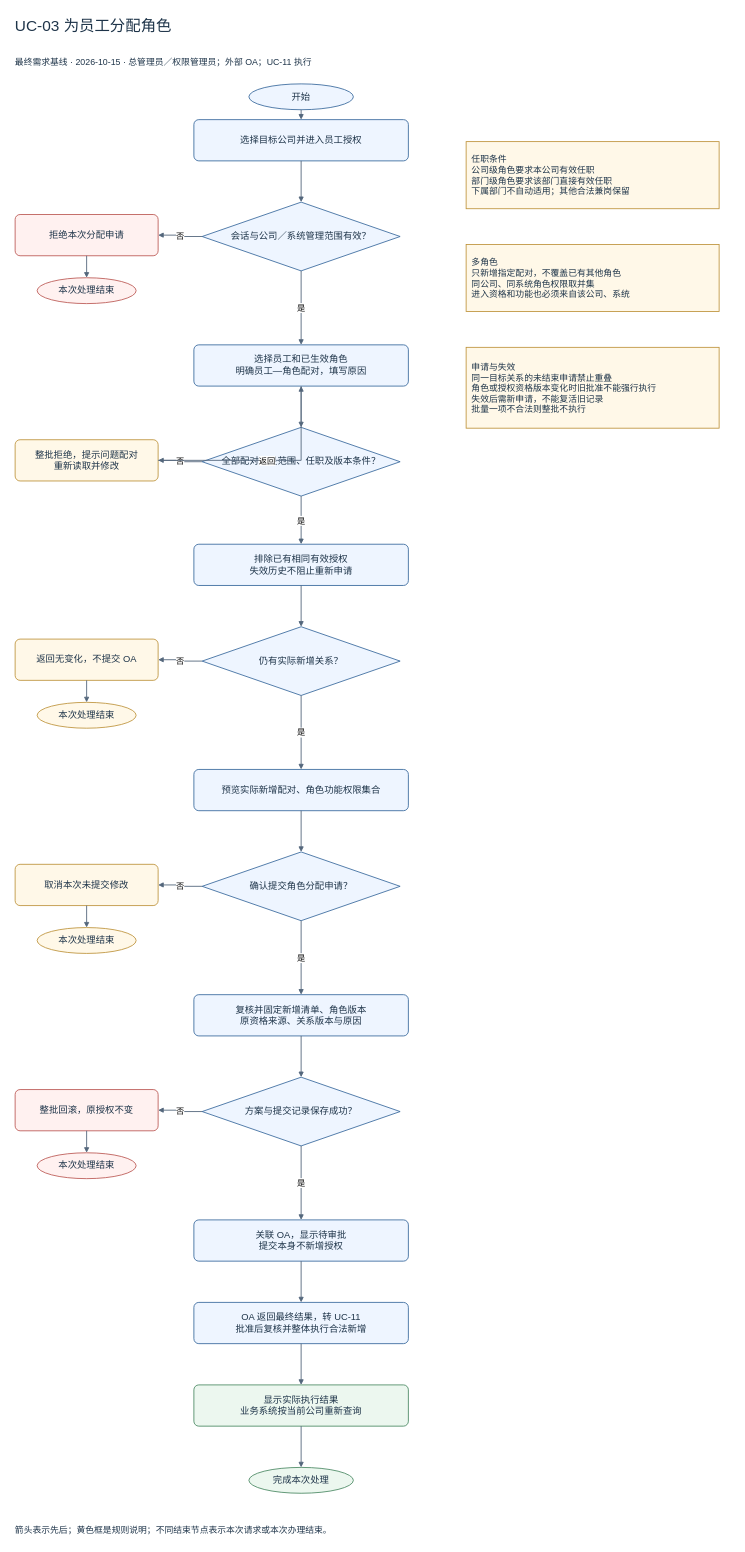
Before: page "UC-03 为员工分配角色" (3 of 17) of docs/01-requirements/flows-v1/权限管理系统_全部流程图.drawio in Noah-hope/RBAC-admin, a draw.io diagram. Source tidied: cells renumbered, new cells numbered last; positions are measured from the earlier drawing's top-left corner, leaving out a move shared by most shapes. Both pictures are drawn from the tidied source at 55%, with x=0, y=0 at pixel (9, 9).
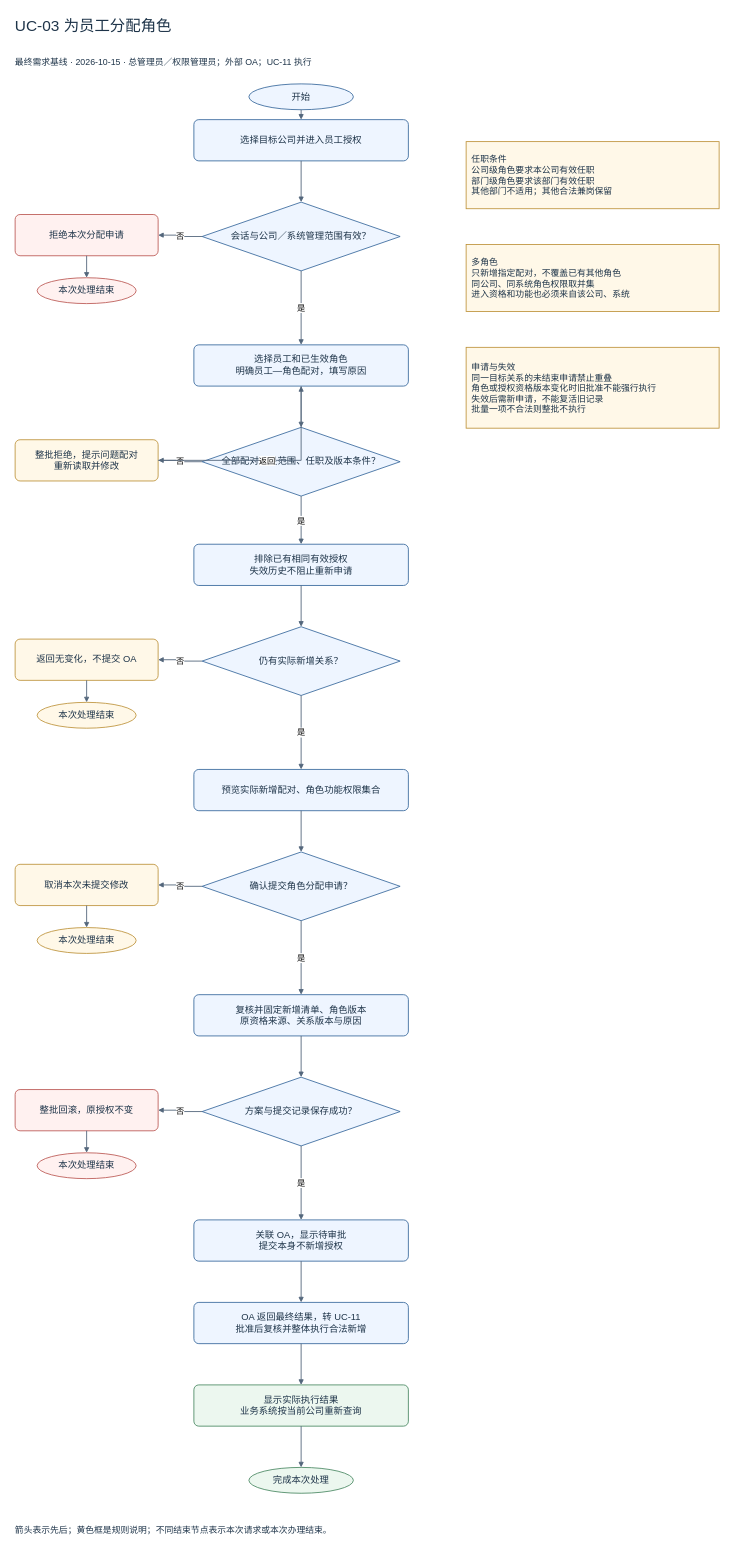
Above is the later version.

The edit, as a diff of the source:
```diff
@@
-    <mxCell id="28" value="任职条件&lt;br&gt;公司级角色要求本公司有效任职&lt;br&gt;部门级角色要求该部门直接有效任职&lt;br&gt;下属部门不自动适用；其他合法兼岗保留" style="rounded=0;html=1;whiteSpace=wrap;fontFamily=Microsoft YaHei;fontSize=17;fontColor=#1e3449;align=center;verticalAlign=middle;spacing=10;fillColor=#fff8e8;strokeColor=#bc9036;strokeWidth=1.5;align=left;fontSize=16;" parent="1" vertex="1">
+    <mxCell id="28" value="任职条件&lt;br&gt;公司级角色要求本公司有效任职&lt;br&gt;部门级角色要求该部门有效任职&lt;br&gt;其他部门不适用；其他合法兼岗保留" style="rounded=0;html=1;whiteSpace=wrap;fontFamily=Microsoft YaHei;fontSize=17;fontColor=#1e3449;align=center;verticalAlign=middle;spacing=10;fillColor=#fff8e8;strokeColor=#bc9036;strokeWidth=1.5;align=left;fontSize=16;" parent="1" vertex="1">
       <mxGeometry x="830" y="240" width="460" height="122" as="geometry" />
     </mxCell>
```
